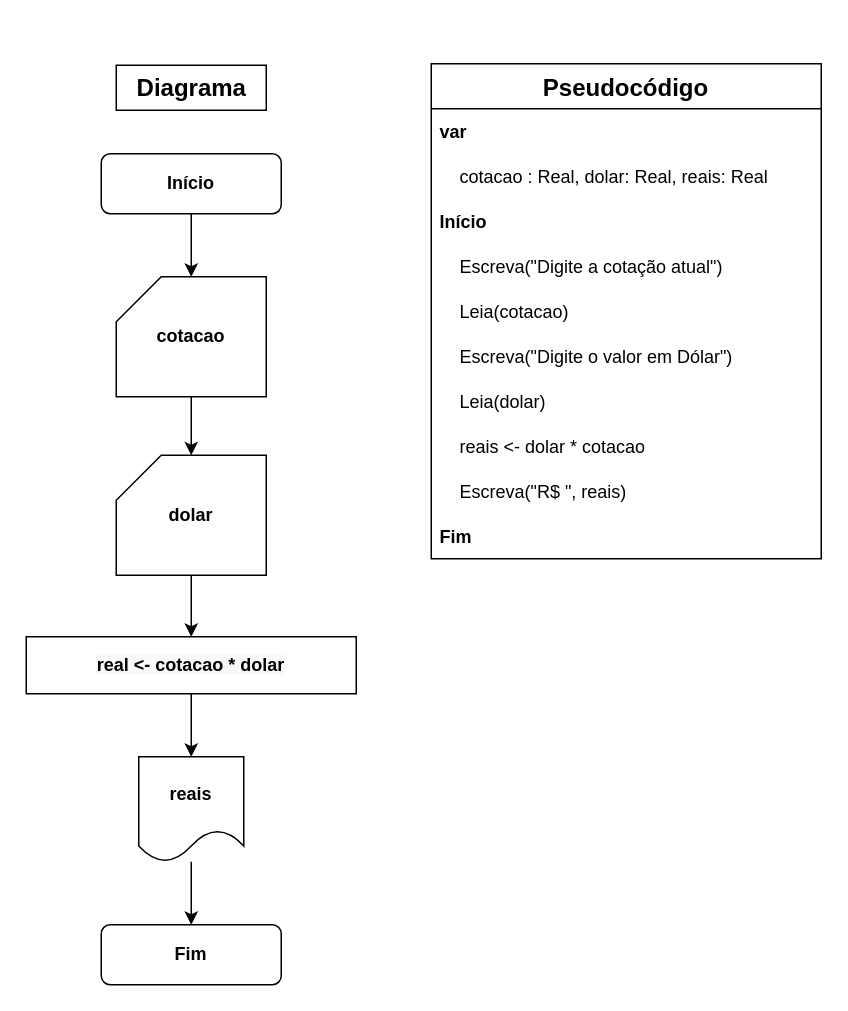
Above: page "Ex. 1.1" (1 of 5) of Diagrama.drawio in iSamekh/draw.io (draw.io), before the change. Source tidied: cells renumbered, new cells numbered last; positions are measured from the earlier drawing's top-left corner, leaving out a move shared by most shapes. Both pictures are drawn from the tidied source at 150%, with x=0, y=0 at pixel (26, 63).
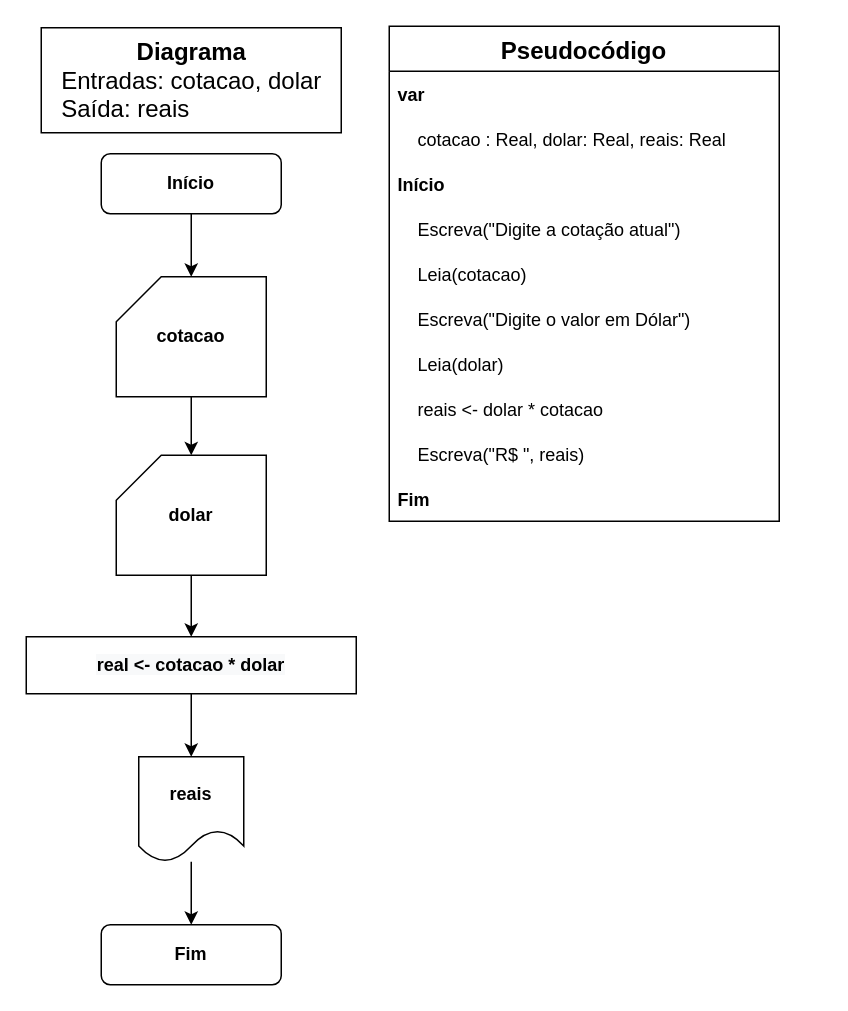
After the change.

Commit message (it also covers changes not shown here):
Atualização Entradas e Saídas

Diff of the diagram source:
```diff
@@
     <mxCell id="13" style="shape=tableRow;horizontal=0;startSize=0;swimlaneHead=0;swimlaneBody=0;top=0;left=0;bottom=0;right=0;fillColor=none;" parent="1" vertex="1">
-      <mxGeometry x="308" y="115" width="180" height="30" as="geometry" />
+      <mxGeometry x="280" y="90" width="180" height="30" as="geometry" />
     </mxCell>
     <mxCell id="14" value="Pseudocódigo" style="swimlane;fontStyle=1;horizontal=1;startSize=30;rounded=0;shadow=0;labelBackgroundColor=#FFFFFF;labelBorderColor=none;sketch=0;fillStyle=auto;strokeColor=default;strokeWidth=1;fillColor=default;swimlaneLine=1;glass=0;arcSize=20;fontSize=16;" parent="1" vertex="1">
-      <mxGeometry x="270" width="260" height="330" as="geometry" />
+      <mxGeometry x="242" y="-25" width="260" height="330" as="geometry" />
     </mxCell>
@@
-    <mxCell id="25" value="&lt;b&gt;&lt;font style=&quot;font-size: 16px;&quot;&gt;Diagrama&lt;/font&gt;&lt;/b&gt;" style="text;html=1;align=center;verticalAlign=middle;fillColor=default;strokeColor=default;rounded=0;shadow=0;glass=0;labelBackgroundColor=#FFFFFF;labelBorderColor=none;sketch=0;fillStyle=auto;strokeWidth=1;" parent="1" vertex="1">
-      <mxGeometry x="60" y="1" width="100" height="30" as="geometry" />
+    <mxCell id="25" value="&lt;font style=&quot;font-size: 16px;&quot;&gt;&lt;b&gt;Diagrama&lt;/b&gt;&lt;br&gt;&lt;div style=&quot;text-align: left;&quot;&gt;&lt;span style=&quot;font-size: 12px;&quot;&gt;&lt;font style=&quot;font-size: 16px;&quot;&gt;Entradas: cotacao, dolar&lt;/font&gt;&lt;/span&gt;&lt;/div&gt;&lt;div style=&quot;text-align: left;&quot;&gt;&lt;span style=&quot;font-size: 12px;&quot;&gt;&lt;font style=&quot;font-size: 16px;&quot;&gt;Saída: reais&lt;/font&gt;&lt;/span&gt;&lt;/div&gt;&lt;/font&gt;" style="text;html=1;align=center;verticalAlign=middle;fillColor=default;strokeColor=default;rounded=0;shadow=0;glass=0;labelBackgroundColor=#FFFFFF;labelBorderColor=none;sketch=0;fillStyle=auto;strokeWidth=1;" parent="1" vertex="1">
+      <mxGeometry x="10" y="-24" width="200" height="70" as="geometry" />
     </mxCell>
```
